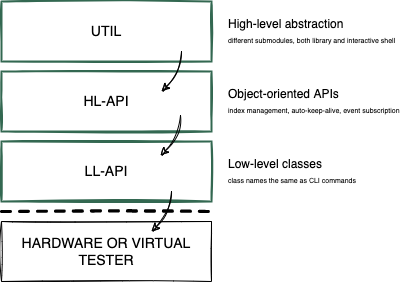
Earlier version of the draw.io export docs/source/_static/api_structure.png (xenanetworks/open-automation-python-api). Source tidied: cells renumbered, new cells last; positions are measured from the earlier drawing's top-left corner, leaving out a move shared by most shapes.
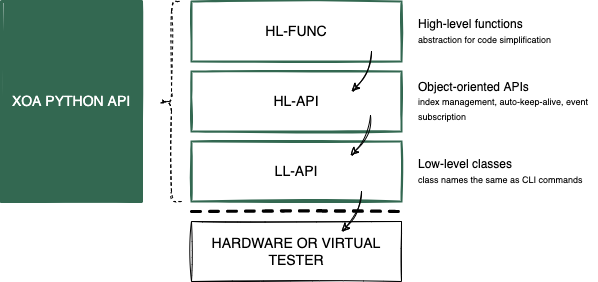
The same diagram one commit later.

Commit message:
docs: Replace UTIL with HL-FUNC

The edit, as a diff of the source:
```diff
@@ -8,16 +8,16 @@
     <mxCell id="3" value="HL-API" style="rounded=0;whiteSpace=wrap;html=1;fontSize=14;sketch=1;strokeColor=#336851;strokeWidth=2;" parent="1" vertex="1">
       <mxGeometry y="70" width="210" height="60" as="geometry" />
     </mxCell>
-    <mxCell id="4" value="UTIL" style="rounded=0;whiteSpace=wrap;html=1;fontSize=14;sketch=1;strokeColor=#336851;strokeWidth=2;" parent="1" vertex="1">
+    <mxCell id="4" value="HL-FUNC" style="rounded=0;whiteSpace=wrap;html=1;fontSize=14;sketch=1;strokeColor=#336851;strokeWidth=2;" parent="1" vertex="1">
       <mxGeometry width="210" height="60" as="geometry" />
     </mxCell>
-    <mxCell id="5" value="Object-oriented APIs&lt;br&gt;&lt;font style=&quot;font-size: 7px&quot;&gt;index management, auto-keep-alive, event subscription&lt;/font&gt;" style="text;html=1;strokeColor=none;fillColor=none;align=left;verticalAlign=middle;whiteSpace=wrap;rounded=0;" parent="1" vertex="1">
+    <mxCell id="5" value="Object-oriented APIs&lt;br&gt;&lt;font style=&quot;font-size: 9px&quot;&gt;index management, auto-keep-alive, event subscription&lt;/font&gt;" style="text;html=1;strokeColor=none;fillColor=none;align=left;verticalAlign=middle;whiteSpace=wrap;rounded=0;" parent="1" vertex="1">
       <mxGeometry x="225" y="78.8" width="180" height="42.5" as="geometry" />
     </mxCell>
-    <mxCell id="6" value="Low-level classes&lt;br&gt;&lt;font style=&quot;font-size: 7px&quot;&gt;class names the same as CLI commands&lt;/font&gt;" style="text;html=1;strokeColor=none;fillColor=none;align=left;verticalAlign=middle;whiteSpace=wrap;rounded=0;" parent="1" vertex="1">
+    <mxCell id="6" value="Low-level classes&lt;br&gt;&lt;font style=&quot;font-size: 9px&quot;&gt;class names the same as CLI commands&lt;/font&gt;" style="text;html=1;strokeColor=none;fillColor=none;align=left;verticalAlign=middle;whiteSpace=wrap;rounded=0;" parent="1" vertex="1">
       <mxGeometry x="225" y="155" width="180" height="30" as="geometry" />
     </mxCell>
-    <mxCell id="7" value="High-level abstraction&lt;br&gt;&lt;font style=&quot;font-size: 7px&quot;&gt;different submodules, both library and interactive shell&lt;/font&gt;" style="text;html=1;strokeColor=none;fillColor=none;align=left;verticalAlign=middle;whiteSpace=wrap;rounded=0;" parent="1" vertex="1">
+    <mxCell id="7" value="High-level functions&lt;br&gt;&lt;font style=&quot;font-size: 9px&quot;&gt;abstraction for code simplification&lt;/font&gt;" style="text;html=1;strokeColor=none;fillColor=none;align=left;verticalAlign=middle;whiteSpace=wrap;rounded=0;" parent="1" vertex="1">
       <mxGeometry x="225" y="8.8" width="180" height="42.5" as="geometry" />
     </mxCell>
     <mxCell id="8" value="HARDWARE OR VIRTUAL TESTER" style="rounded=0;whiteSpace=wrap;html=1;sketch=1;fontSize=14;" parent="1" vertex="1">
@@ -56,5 +56,11 @@
         <mxPoint x="210" y="210" as="targetPoint" />
       </mxGeometry>
     </mxCell>
+    <mxCell id="13" style="shape=curlyBracket;whiteSpace=wrap;html=1;rounded=1;flipH=1;dashed=1;strokeColor=default;sketch=1;rotation=-180;" parent="1" vertex="1">
+      <mxGeometry x="-30" width="20" height="200" as="geometry" />
+    </mxCell>
+    <mxCell id="14" value="XOA PYTHON API" style="rounded=0;whiteSpace=wrap;html=1;sketch=1;strokeWidth=3;strokeColor=#336851;fontSize=14;fillColor=#336851;fillStyle=solid;fontColor=#FFFFFF;" parent="1" vertex="1">
+      <mxGeometry x="-190" width="140" height="200" as="geometry" />
+    </mxCell>
   </root>
 </mxGraphModel>
```
